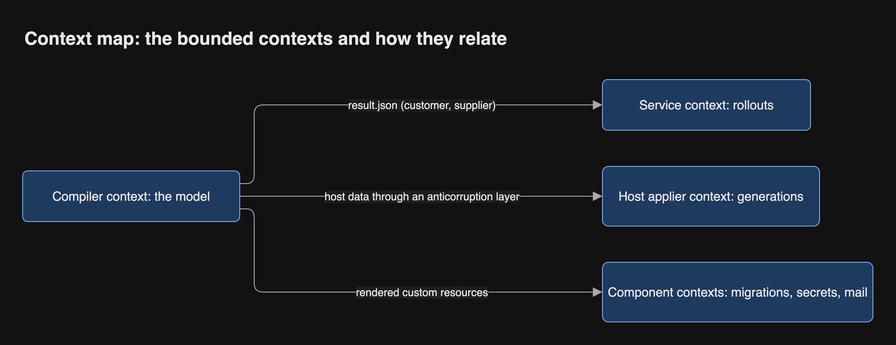
Earlier version of the draw.io export docs/diagrams/png/context-map.png (JorisJonkers-dev/estate-kit). Source tidied: cells renumbered, new cells last; positions are measured from the earlier drawing's top-left corner, leaving out a move shared by most shapes.
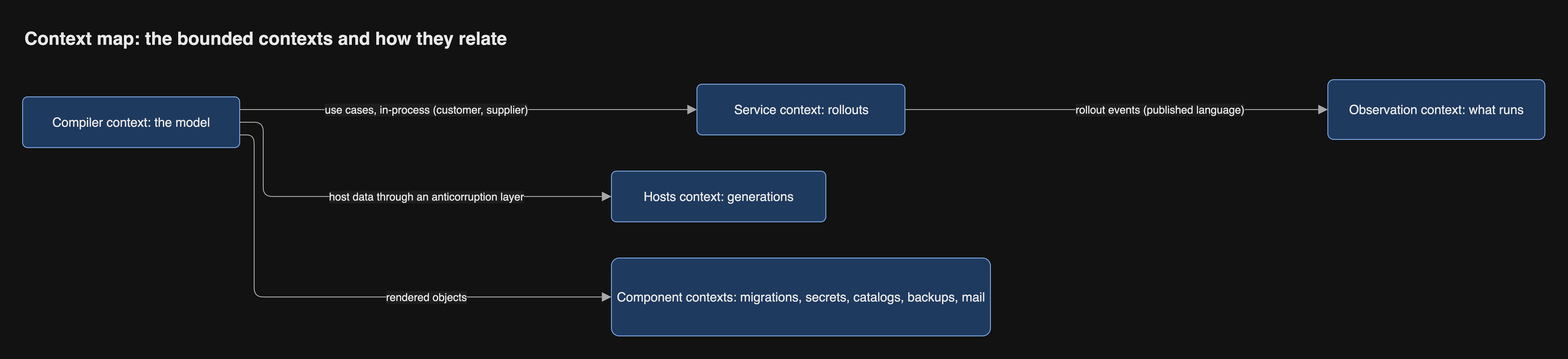
Above is the later version.

What changed in the source:
```diff
@@ -3,44 +3,56 @@
     <mxCell id="0" />
     <mxCell id="1" parent="0" />
     <mxCell id="2" value="Compiler context: the model" style="rounded=1;arcSize=10;html=1;whiteSpace=wrap;fontSize=14;fontColor=light-dark(#1a1a1a,#e8e8e8);fillColor=light-dark(#dae8fc,#1f3a5f);strokeColor=light-dark(#6c8ebf,#7aa7e0);fontFamily=Helvetica;" parent="1" vertex="1">
-      <mxGeometry y="165" width="240" height="56" as="geometry" />
+      <mxGeometry y="83" width="240" height="56" as="geometry" />
     </mxCell>
     <mxCell id="3" value="Service context: rollouts" style="rounded=1;arcSize=10;html=1;whiteSpace=wrap;fontSize=14;fontColor=light-dark(#1a1a1a,#e8e8e8);fillColor=light-dark(#dae8fc,#1f3a5f);strokeColor=light-dark(#6c8ebf,#7aa7e0);fontFamily=Helvetica;" parent="1" vertex="1">
-      <mxGeometry x="641" y="64" width="230" height="56" as="geometry" />
+      <mxGeometry x="745.5" y="69" width="230" height="56" as="geometry" />
     </mxCell>
+    <mxCell id="10" value="Observation context: what runs" style="rounded=1;arcSize=10;html=1;whiteSpace=wrap;fontSize=14;fontColor=light-dark(#1a1a1a,#e8e8e8);fillColor=light-dark(#dae8fc,#1f3a5f);strokeColor=light-dark(#6c8ebf,#7aa7e0);fontFamily=Helvetica;" parent="1" vertex="1">
+      <mxGeometry x="1443" y="64" width="240" height="66" as="geometry" />
+    </mxCell>
-    <mxCell id="4" value="Host applier context: generations" style="rounded=1;arcSize=10;html=1;whiteSpace=wrap;fontSize=14;fontColor=light-dark(#1a1a1a,#e8e8e8);fillColor=light-dark(#dae8fc,#1f3a5f);strokeColor=light-dark(#6c8ebf,#7aa7e0);fontFamily=Helvetica;" parent="1" vertex="1">
-      <mxGeometry x="641" y="160" width="240" height="66" as="geometry" />
+    <mxCell id="4" value="Hosts context: generations" style="rounded=1;arcSize=10;html=1;whiteSpace=wrap;fontSize=14;fontColor=light-dark(#1a1a1a,#e8e8e8);fillColor=light-dark(#dae8fc,#1f3a5f);strokeColor=light-dark(#6c8ebf,#7aa7e0);fontFamily=Helvetica;" parent="1" vertex="1">
+      <mxGeometry x="651" y="165" width="237" height="56" as="geometry" />
     </mxCell>
-    <mxCell id="5" value="Component contexts: migrations, secrets, mail" style="rounded=1;arcSize=10;html=1;whiteSpace=wrap;fontSize=14;fontColor=light-dark(#1a1a1a,#e8e8e8);fillColor=light-dark(#dae8fc,#1f3a5f);strokeColor=light-dark(#6c8ebf,#7aa7e0);fontFamily=Helvetica;" parent="1" vertex="1">
-      <mxGeometry x="641" y="266" width="299" height="66" as="geometry" />
+    <mxCell id="5" value="Component contexts: migrations, secrets, catalogs, backups, mail" style="rounded=1;arcSize=10;html=1;whiteSpace=wrap;fontSize=14;fontColor=light-dark(#1a1a1a,#e8e8e8);fillColor=light-dark(#dae8fc,#1f3a5f);strokeColor=light-dark(#6c8ebf,#7aa7e0);fontFamily=Helvetica;" parent="1" vertex="1">
+      <mxGeometry x="651" y="261" width="419" height="86" as="geometry" />
     </mxCell>
-    <mxCell id="6" value="result.json (customer, supplier)" style="html=1;rounded=1;fontSize=14;fontSize=12;fontColor=light-dark(#1a1a1a,#e8e8e8);strokeColor=light-dark(#666666,#a8a8a8);endArrow=block;endFill=1;endSize=8;curved=0;exitX=1;exitY=0.25;entryX=0;entryY=0.5;edgeStyle=orthogonalEdgeStyle;fontFamily=Helvetica;labelBackgroundColor=light-dark(#ffffff,#1e1e1e);" parent="1" edge="1" source="2" target="3">
+    <mxCell id="6" value="use cases, in-process (customer, supplier)" style="html=1;rounded=1;fontSize=14;fontSize=12;fontColor=light-dark(#1a1a1a,#e8e8e8);strokeColor=light-dark(#666666,#a8a8a8);endArrow=block;endFill=1;endSize=8;curved=0;exitX=1;exitY=0.25;entryX=0;entryY=0.5;edgeStyle=orthogonalEdgeStyle;fontFamily=Helvetica;labelBackgroundColor=light-dark(#ffffff,#1e1e1e);" parent="1" edge="1" source="2" target="3">
       <mxGeometry relative="1" as="geometry">
         <Array as="points">
-          <mxPoint x="256" y="179" />
-          <mxPoint x="256" y="92" />
+          <mxPoint x="492.8" y="97" />
         </Array>
-        <mxPoint x="43.5" as="offset" />
+        <mxPoint x="-47.2" as="offset" />
       </mxGeometry>
     </mxCell>
-    <mxCell id="7" value="host data through an anticorruption layer" style="html=1;rounded=1;fontSize=14;fontSize=12;fontColor=light-dark(#1a1a1a,#e8e8e8);strokeColor=light-dark(#666666,#a8a8a8);endArrow=block;endFill=1;endSize=8;curved=0;exitX=1;exitY=0.5;entryX=0;entryY=0.5;edgeStyle=orthogonalEdgeStyle;fontFamily=Helvetica;labelBackgroundColor=light-dark(#ffffff,#1e1e1e);" parent="1" edge="1" source="2" target="4">
+    <mxCell id="7" value="rollout events (published language)" style="html=1;rounded=1;fontSize=14;fontSize=12;fontColor=light-dark(#1a1a1a,#e8e8e8);strokeColor=light-dark(#666666,#a8a8a8);endArrow=block;endFill=1;endSize=8;curved=0;exitX=1;exitY=0.5;entryX=0;entryY=0.5;edgeStyle=orthogonalEdgeStyle;fontFamily=Helvetica;labelBackgroundColor=light-dark(#ffffff,#1e1e1e);" parent="1" edge="1" source="3" target="10">
       <mxGeometry relative="1" as="geometry">
         <Array as="points">
-          <mxPoint x="440.5" y="193" />
+          <mxPoint x="1209.2" y="97" />
         </Array>
+        <mxPoint x="47.2" as="offset" />
       </mxGeometry>
     </mxCell>
-    <mxCell id="8" value="rendered custom resources" style="html=1;rounded=1;fontSize=14;fontSize=12;fontColor=light-dark(#1a1a1a,#e8e8e8);strokeColor=light-dark(#666666,#a8a8a8);endArrow=block;endFill=1;endSize=8;curved=0;exitX=1;exitY=0.75;entryX=0;entryY=0.5;edgeStyle=orthogonalEdgeStyle;fontFamily=Helvetica;labelBackgroundColor=light-dark(#ffffff,#1e1e1e);" parent="1" edge="1" source="2" target="5">
+    <mxCell id="8" value="host data through an anticorruption layer" style="html=1;rounded=1;fontSize=14;fontSize=12;fontColor=light-dark(#1a1a1a,#e8e8e8);strokeColor=light-dark(#666666,#a8a8a8);endArrow=block;endFill=1;endSize=8;curved=0;exitX=1;exitY=0.5;entryX=0;entryY=0.5;edgeStyle=orthogonalEdgeStyle;fontFamily=Helvetica;labelBackgroundColor=light-dark(#ffffff,#1e1e1e);" parent="1" edge="1" source="2" target="4">
       <mxGeometry relative="1" as="geometry">
         <Array as="points">
-          <mxPoint x="256" y="207" />
-          <mxPoint x="256" y="299" />
+          <mxPoint x="266" y="111" />
+          <mxPoint x="266" y="193" />
         </Array>
-        <mxPoint x="46" as="offset" />
+        <mxPoint x="41" as="offset" />
       </mxGeometry>
     </mxCell>
+    <mxCell id="11" value="rendered objects" style="html=1;rounded=1;fontSize=14;fontSize=12;fontColor=light-dark(#1a1a1a,#e8e8e8);strokeColor=light-dark(#666666,#a8a8a8);endArrow=block;endFill=1;endSize=8;curved=0;exitX=1;exitY=0.75;entryX=0;entryY=0.5;edgeStyle=orthogonalEdgeStyle;fontFamily=Helvetica;labelBackgroundColor=light-dark(#ffffff,#1e1e1e);" parent="1" edge="1" source="2" target="5">
+      <mxGeometry relative="1" as="geometry">
+        <Array as="points">
+          <mxPoint x="256" y="125" />
+          <mxPoint x="256" y="304" />
+        </Array>
+        <mxPoint x="89.5" as="offset" />
+      </mxGeometry>
+    </mxCell>
     <mxCell id="9" value="Context map: the bounded contexts and how they relate" style="text;html=1;whiteSpace=wrap;align=left;verticalAlign=middle;fontSize=20;fontStyle=1;fontColor=light-dark(#1a1a1a,#e8e8e8);fontFamily=Helvetica;" parent="1" vertex="1">
-      <mxGeometry width="940" height="36" as="geometry" />
+      <mxGeometry width="1683" height="36" as="geometry" />
     </mxCell>
   </root>
 </mxGraphModel>
```
